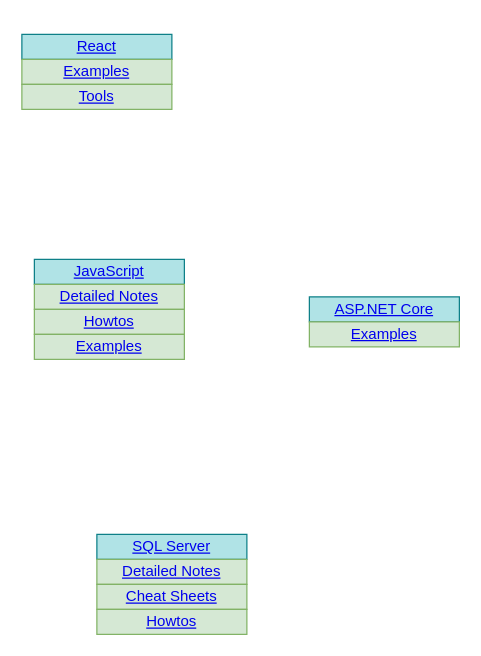
Earlier version of the draw.io diagram Diagram.drawio (kennyrnwilson/kennyrnwilson.github.io). Source tidied: cells renumbered, new cells numbered last; positions are measured from the earlier drawing's top-left corner, leaving out a move shared by most shapes. Both pictures are drawn from the tidied source at 125%, with x=0, y=0 at pixel (21, 34).
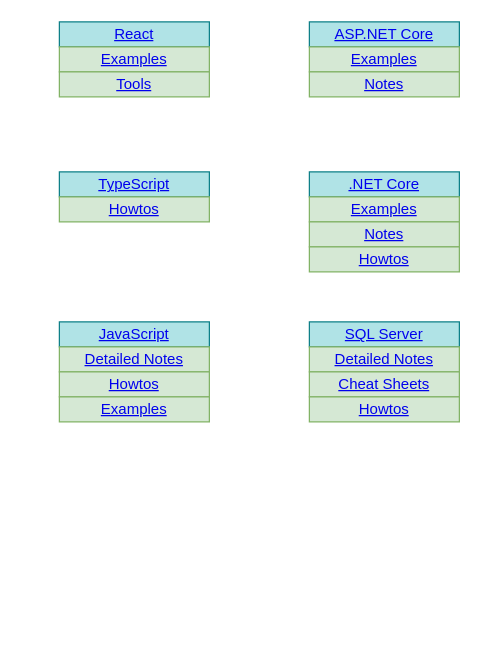
The same page after the edit.

Commit message (it also covers changes not shown here):
formatted diagram

The edit, as a diff of the source:
```diff
@@
     <mxCell id="2" value="&lt;a href=&quot;https://bitbucket.org/kennyrnwilson/sqlserverbasics/src/master/README.md&quot;&gt;SQL Server&lt;/a&gt;" style="rounded=0;whiteSpace=wrap;html=1;fillColor=#b0e3e6;strokeColor=#0e8088;" parent="1" vertex="1">
-      <mxGeometry x="60" y="400" width="120" height="20" as="geometry" />
+      <mxGeometry x="230" y="230" width="120" height="20" as="geometry" />
     </mxCell>
     <mxCell id="3" value="&lt;a href=&quot;https://bitbucket.org/kennyrnwilson/sqlserverbasics/src/master/docs/notes/notes.md&quot;&gt;Detailed Notes&lt;/a&gt;" style="rounded=0;whiteSpace=wrap;html=1;fillColor=#d5e8d4;strokeColor=#82b366;" parent="1" vertex="1">
-      <mxGeometry x="60" y="420" width="120" height="20" as="geometry" />
+      <mxGeometry x="230" y="250" width="120" height="20" as="geometry" />
     </mxCell>
     <mxCell id="4" value="&lt;a href=&quot;https://bitbucket.org/kennyrnwilson/sqlserverbasics/src/docs/cheatsheets/cheatsheets.md&quot;&gt;Cheat Sheets&lt;/a&gt;" style="rounded=0;whiteSpace=wrap;html=1;fillColor=#d5e8d4;strokeColor=#82b366;" parent="1" vertex="1">
-      <mxGeometry x="60" y="440" width="120" height="20" as="geometry" />
+      <mxGeometry x="230" y="270" width="120" height="20" as="geometry" />
     </mxCell>
     <mxCell id="5" value="&lt;a href=&quot;https://bitbucket.org/kennyrnwilson/sqlserverbasics/src/master/howtos/howtos.md&quot;&gt;Howtos&lt;/a&gt;" style="rounded=0;whiteSpace=wrap;html=1;fillColor=#d5e8d4;strokeColor=#82b366;" parent="1" vertex="1">
-      <mxGeometry x="60" y="460" width="120" height="20" as="geometry" />
+      <mxGeometry x="230" y="290" width="120" height="20" as="geometry" />
     </mxCell>
     <mxCell id="6" value="&lt;a href=&quot;https://github.com/kennyrnwilson/aspdotnetcore&quot;&gt;ASP.NET Core&lt;/a&gt;" style="rounded=0;whiteSpace=wrap;html=1;fillColor=#b0e3e6;strokeColor=#0e8088;" parent="1" vertex="1">
-      <mxGeometry x="230" y="210" width="120" height="20" as="geometry" />
+      <mxGeometry x="230" y="-10" width="120" height="20" as="geometry" />
     </mxCell>
-    <mxCell id="7" value="&lt;a href=&quot;https://github.com/kennyrnwilson/aspdotnetcore/blob/main/examples/README.MD&quot;&gt;Examples&lt;/a&gt;" style="rounded=0;whiteSpace=wrap;html=1;fillColor=#d5e8d4;strokeColor=#82b366;" parent="1" vertex="1">
-      <mxGeometry x="230" y="230" width="120" height="20" as="geometry" />
+    <mxCell id="7" value="&lt;a href=&quot;https://github.com/kennyrnwilson/aspdotnetcore/blob/main/docs/examples/README.MD&quot;&gt;Examples&lt;/a&gt;" style="rounded=0;whiteSpace=wrap;html=1;fillColor=#d5e8d4;strokeColor=#82b366;" parent="1" vertex="1">
+      <mxGeometry x="230" y="10" width="120" height="20" as="geometry" />
     </mxCell>
     <mxCell id="8" value="&lt;a href=&quot;https://github.com/kennyrnwilson/react&quot;&gt;React&lt;/a&gt;" style="rounded=0;whiteSpace=wrap;html=1;fillColor=#b0e3e6;strokeColor=#0e8088;" parent="1" vertex="1">
-      <mxGeometry width="120" height="20" as="geometry" />
+      <mxGeometry x="30" y="-10" width="120" height="20" as="geometry" />
     </mxCell>
     <mxCell id="9" value="&lt;a href=&quot;https://github.com/kennyrnwilson/javascript&quot;&gt;JavaScript&lt;/a&gt;" style="rounded=0;whiteSpace=wrap;html=1;fillColor=#b0e3e6;strokeColor=#0e8088;" parent="1" vertex="1">
-      <mxGeometry x="10" y="180" width="120" height="20" as="geometry" />
+      <mxGeometry x="30" y="230" width="120" height="20" as="geometry" />
     </mxCell>
     <mxCell id="10" value="&lt;a href=&quot;https://github.com/kennyrnwilson/javascript/blob/master/docs/notes/README.MD&quot;&gt;Detailed Notes&lt;/a&gt;" style="rounded=0;whiteSpace=wrap;html=1;fillColor=#d5e8d4;strokeColor=#82b366;" parent="1" vertex="1">
-      <mxGeometry x="10" y="200" width="120" height="20" as="geometry" />
+      <mxGeometry x="30" y="250" width="120" height="20" as="geometry" />
     </mxCell>
     <mxCell id="11" value="&lt;a href=&quot;https://github.com/kennyrnwilson/javascript/blob/master/docs/howtos/README.MD&quot;&gt;Howtos&lt;/a&gt;" style="rounded=0;whiteSpace=wrap;html=1;fillColor=#d5e8d4;strokeColor=#82b366;" parent="1" vertex="1">
-      <mxGeometry x="10" y="220" width="120" height="20" as="geometry" />
+      <mxGeometry x="30" y="270" width="120" height="20" as="geometry" />
     </mxCell>
     <mxCell id="12" value="&lt;a href=&quot;https://github.com/kennyrnwilson/javascript/blob/master/docs/examples/README.MD&quot;&gt;Examples&lt;/a&gt;" style="rounded=0;whiteSpace=wrap;html=1;fillColor=#d5e8d4;strokeColor=#82b366;" parent="1" vertex="1">
-      <mxGeometry x="10" y="240" width="120" height="20" as="geometry" />
+      <mxGeometry x="30" y="290" width="120" height="20" as="geometry" />
     </mxCell>
     <mxCell id="13" value="&lt;a href=&quot;https://github.com/kennyrnwilson/react/blob/main/docs/examples/README.MD&quot;&gt;Examples&lt;/a&gt;" style="rounded=0;whiteSpace=wrap;html=1;fillColor=#d5e8d4;strokeColor=#82b366;" parent="1" vertex="1">
-      <mxGeometry y="20" width="120" height="20" as="geometry" />
+      <mxGeometry x="30" y="10" width="120" height="20" as="geometry" />
     </mxCell>
     <mxCell id="14" value="&lt;a href=&quot;https://github.com/kennyrnwilson/react/blob/main/docs/tools/README.MD&quot;&gt;Tools&lt;/a&gt;" style="rounded=0;whiteSpace=wrap;html=1;fillColor=#d5e8d4;strokeColor=#82b366;" parent="1" vertex="1">
-      <mxGeometry y="40" width="120" height="20" as="geometry" />
+      <mxGeometry x="30" y="30" width="120" height="20" as="geometry" />
     </mxCell>
+    <mxCell id="15" value="&lt;a href=&quot;https://github.com/kennyrnwilson/aspdotnetcore/blob/main/docs/notes/README.MD&quot;&gt;Notes&lt;/a&gt;" style="rounded=0;whiteSpace=wrap;html=1;fillColor=#d5e8d4;strokeColor=#82b366;" parent="1" vertex="1">
+      <mxGeometry x="230" y="30" width="120" height="20" as="geometry" />
+    </mxCell>
+    <mxCell id="16" value="&lt;a href=&quot;https://github.com/kennyrnwilson/dotnetcore&quot;&gt;.NET Core&lt;/a&gt;" style="rounded=0;whiteSpace=wrap;html=1;fillColor=#b0e3e6;strokeColor=#0e8088;" parent="1" vertex="1">
+      <mxGeometry x="230" y="110" width="120" height="20" as="geometry" />
+    </mxCell>
+    <mxCell id="17" value="&lt;a href=&quot;https://github.com/kennyrnwilson/dotnetcore/blob/master/docs/examples/README.MD&quot;&gt;Examples&lt;/a&gt;" style="rounded=0;whiteSpace=wrap;html=1;fillColor=#d5e8d4;strokeColor=#82b366;" parent="1" vertex="1">
+      <mxGeometry x="230" y="130" width="120" height="20" as="geometry" />
+    </mxCell>
+    <mxCell id="18" value="&lt;a href=&quot;https://github.com/kennyrnwilson/dotnetcore/blob/master/docs/notes/README.MD&quot;&gt;Notes&lt;/a&gt;" style="rounded=0;whiteSpace=wrap;html=1;fillColor=#d5e8d4;strokeColor=#82b366;" parent="1" vertex="1">
+      <mxGeometry x="230" y="150" width="120" height="20" as="geometry" />
+    </mxCell>
+    <mxCell id="19" value="&lt;a href=&quot;https://github.com/kennyrnwilson/dotnetcore/blob/master/docs/howtos/README.MD&quot;&gt;Howtos&lt;/a&gt;" style="rounded=0;whiteSpace=wrap;html=1;fillColor=#d5e8d4;strokeColor=#82b366;" parent="1" vertex="1">
+      <mxGeometry x="230" y="170" width="120" height="20" as="geometry" />
+    </mxCell>
+    <mxCell id="20" value="&lt;a href=&quot;https://github.com/kennyrnwilson/typescript&quot;&gt;TypeScript&lt;/a&gt;" style="rounded=0;whiteSpace=wrap;html=1;fillColor=#b0e3e6;strokeColor=#0e8088;" parent="1" vertex="1">
+      <mxGeometry x="30" y="110" width="120" height="20" as="geometry" />
+    </mxCell>
+    <mxCell id="21" value="&lt;a href=&quot;https://github.com/kennyrnwilson/typescript/blob/master/docs/howtos/README.MD&quot;&gt;Howtos&lt;/a&gt;" style="rounded=0;whiteSpace=wrap;html=1;fillColor=#d5e8d4;strokeColor=#82b366;" parent="1" vertex="1">
+      <mxGeometry x="30" y="130" width="120" height="20" as="geometry" />
+    </mxCell>
```
